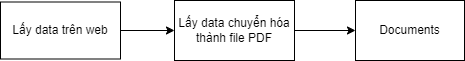
The draw.io diagram image/Get_Data.png in PhamVanHung412004/Building_a_RAG_system_to_ask_and_answer_basic_AI_questions, before a commit. Source tidied: cells renumbered, new cells last; positions are measured from the earlier drawing's top-left corner, leaving out a move shared by most shapes.
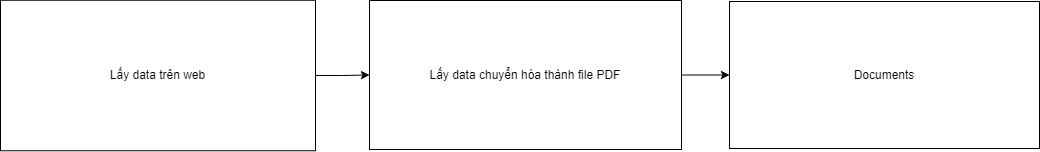
Later version of the same file.

What changed in the source:
```diff
@@ -3,21 +3,19 @@
     <mxCell id="0" />
     <mxCell id="1" parent="0" />
     <mxCell id="2" value="Documents" style="rounded=0;whiteSpace=wrap;html=1;" parent="1" vertex="1">
-      <mxGeometry x="355" width="109" height="60" as="geometry" />
+      <mxGeometry x="537" y="-44" width="310" height="147" as="geometry" />
     </mxCell>
-    <mxCell id="3" style="edgeStyle=orthogonalEdgeStyle;rounded=0;jettySize=auto;html=1;exitX=1;exitY=0.5;exitDx=0;exitDy=0;entryX=0;entryY=0.5;entryDx=0;entryDy=0;" parent="1" edge="1" source="4">
-      <mxGeometry relative="1" as="geometry">
-        <mxPoint x="355" y="30" as="targetPoint" />
-      </mxGeometry>
-    </mxCell>
+    <mxCell id="7" style="edgeStyle=orthogonalEdgeStyle;rounded=0;jettySize=auto;html=1;" parent="1" edge="1" source="4" target="2">
+      <mxGeometry relative="1" as="geometry" />
+    </mxCell>
     <mxCell id="4" value="Lấy data chuyển hóa thành file PDF" style="rounded=0;whiteSpace=wrap;html=1;" parent="1" vertex="1">
-      <mxGeometry x="174" width="120" height="60" as="geometry" />
+      <mxGeometry x="177" y="-45" width="312" height="149" as="geometry" />
     </mxCell>
     <mxCell id="5" style="edgeStyle=orthogonalEdgeStyle;rounded=0;jettySize=auto;html=1;exitX=1;exitY=0.5;exitDx=0;exitDy=0;entryX=0;entryY=0.5;entryDx=0;entryDy=0;" parent="1" edge="1" source="6" target="4">
       <mxGeometry relative="1" as="geometry" />
     </mxCell>
     <mxCell id="6" value="Lấy data trên web" style="rounded=0;whiteSpace=wrap;html=1;" parent="1" vertex="1">
-      <mxGeometry y="1.5" width="120" height="57" as="geometry" />
+      <mxGeometry x="-192" y="-45.2" width="315" height="150.5" as="geometry" />
     </mxCell>
   </root>
 </mxGraphModel>
```
